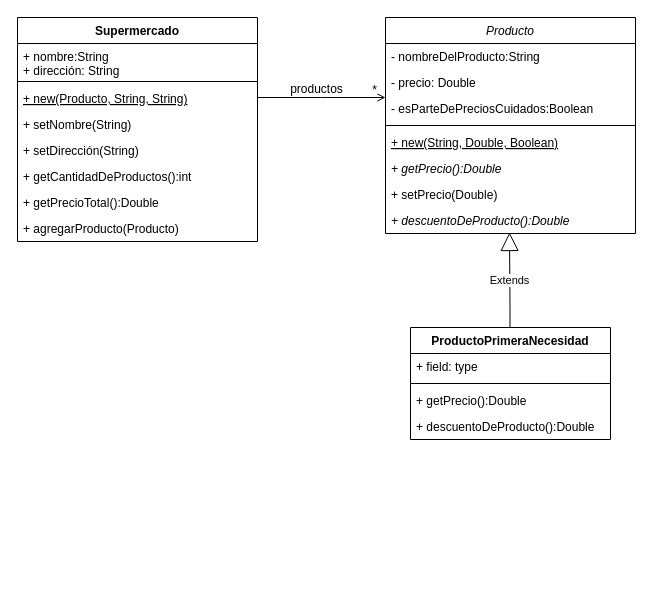
This is Unq-po2-tp4-ejercicio1.drawio from nhubczyk/unqui-po2-hubczyk, a draw.io file, before an edit. Source tidied: cells renumbered, new cells numbered last; positions are measured from the earlier drawing's top-left corner, leaving out a move shared by most shapes. Both pictures are drawn from the tidied source at 100%, with x=0, y=0 at pixel (17, 17).
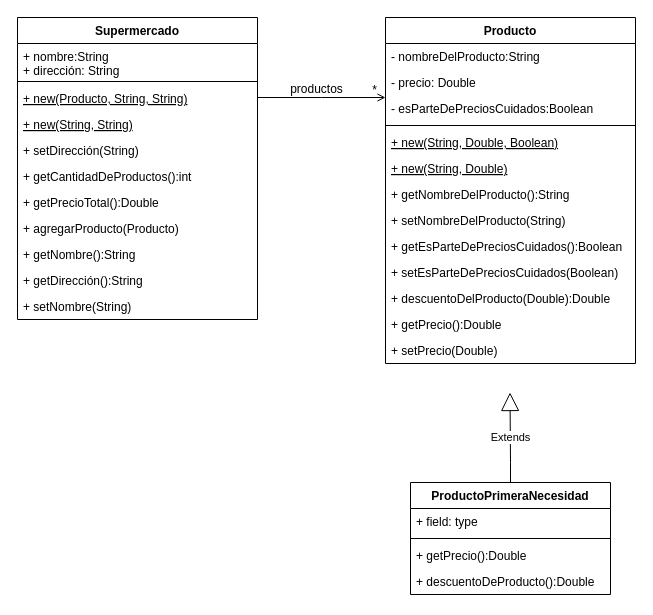
After the change.

Diff of the diagram source:
```diff
@@
-    <mxCell id="2" value="Producto" style="swimlane;fontStyle=2;align=center;verticalAlign=top;horizontal=1;startSize=26;rounded=0;shadow=0;strokeWidth=1;" parent="1" vertex="1">
-      <mxGeometry x="368" width="250" height="216" as="geometry" />
+    <mxCell id="2" value="Producto" style="swimlane;fontStyle=1;align=center;verticalAlign=top;horizontal=1;startSize=26;rounded=0;shadow=0;strokeWidth=1;" parent="1" vertex="1">
+      <mxGeometry x="368" width="250" height="346" as="geometry" />
     </mxCell>
@@
+    <mxCell id="29" value="+ new(String, Double)" style="text;align=left;verticalAlign=top;spacingLeft=4;spacingRight=4;overflow=hidden;fontStyle=4;" parent="2" vertex="1">
+      <mxGeometry y="138" width="250" height="26" as="geometry" />
+    </mxCell>
+    <mxCell id="30" value="+ getNombreDelProducto():String" style="text;align=left;verticalAlign=top;spacingLeft=4;spacingRight=4;overflow=hidden;fontStyle=0;" parent="2" vertex="1">
+      <mxGeometry y="164" width="250" height="26" as="geometry" />
+    </mxCell>
+    <mxCell id="31" value="+ setNombreDelProducto(String)" style="text;align=left;verticalAlign=top;spacingLeft=4;spacingRight=4;overflow=hidden;fontStyle=0;" parent="2" vertex="1">
+      <mxGeometry y="190" width="250" height="26" as="geometry" />
+    </mxCell>
+    <mxCell id="32" value="+ getEsParteDePreciosCuidados():Boolean" style="text;align=left;verticalAlign=top;spacingLeft=4;spacingRight=4;overflow=hidden;fontStyle=0;" parent="2" vertex="1">
+      <mxGeometry y="216" width="250" height="26" as="geometry" />
+    </mxCell>
+    <mxCell id="33" value="+ setEsParteDePreciosCuidados(Boolean)" style="text;align=left;verticalAlign=top;spacingLeft=4;spacingRight=4;overflow=hidden;fontStyle=0;" parent="2" vertex="1">
+      <mxGeometry y="242" width="250" height="26" as="geometry" />
+    </mxCell>
+    <mxCell id="34" value="+ descuentoDelProducto(Double):Double" style="text;align=left;verticalAlign=top;spacingLeft=4;spacingRight=4;overflow=hidden;fontStyle=0;" parent="2" vertex="1">
+      <mxGeometry y="268" width="250" height="26" as="geometry" />
+    </mxCell>
-    <mxCell id="8" value="+ getPrecio():Double" style="text;align=left;verticalAlign=top;spacingLeft=4;spacingRight=4;overflow=hidden;fontStyle=2;" parent="2" vertex="1">
-      <mxGeometry y="138" width="250" height="26" as="geometry" />
+    <mxCell id="8" value="+ getPrecio():Double" style="text;align=left;verticalAlign=top;spacingLeft=4;spacingRight=4;overflow=hidden;fontStyle=0;" parent="2" vertex="1">
+      <mxGeometry y="294" width="250" height="26" as="geometry" />
     </mxCell>
     <mxCell id="9" value="+ setPrecio(Double)" style="text;align=left;verticalAlign=top;spacingLeft=4;spacingRight=4;overflow=hidden;fontStyle=0;" parent="2" vertex="1">
-      <mxGeometry y="164" width="250" height="26" as="geometry" />
+      <mxGeometry y="320" width="250" height="26" as="geometry" />
     </mxCell>
-    <mxCell id="10" value="+ descuentoDeProducto():Double" style="text;align=left;verticalAlign=top;spacingLeft=4;spacingRight=4;overflow=hidden;points=[[0,0.5],[1,0.5]];portConstraint=eastwest;fontStyle=2;" parent="2" vertex="1">
-      <mxGeometry y="190" width="250" height="26" as="geometry" />
-    </mxCell>
@@
     <mxCell id="14" value="Supermercado" style="swimlane;fontStyle=1;align=center;verticalAlign=top;horizontal=1;startSize=26;" parent="1" vertex="1">
-      <mxGeometry width="240" height="224" as="geometry" />
+      <mxGeometry width="240" height="302" as="geometry" />
     </mxCell>
@@
-    <mxCell id="18" value="+ setNombre(String)&#10;" style="text;strokeColor=none;fillColor=none;align=left;verticalAlign=top;spacingLeft=4;spacingRight=4;overflow=hidden;" parent="14" vertex="1">
+    <mxCell id="18" value="+ new(String, String)" style="text;strokeColor=none;fillColor=none;align=left;verticalAlign=top;spacingLeft=4;spacingRight=4;overflow=hidden;fontStyle=4;" parent="14" vertex="1">
       <mxGeometry y="94" width="240" height="26" as="geometry" />
     </mxCell>
@@
+    <mxCell id="35" value="+ getNombre():String&#10;" style="text;strokeColor=none;fillColor=none;align=left;verticalAlign=top;spacingLeft=4;spacingRight=4;overflow=hidden;" parent="14" vertex="1">
+      <mxGeometry y="224" width="240" height="26" as="geometry" />
+    </mxCell>
+    <mxCell id="36" value="+ getDirección():String" style="text;strokeColor=none;fillColor=none;align=left;verticalAlign=top;spacingLeft=4;spacingRight=4;overflow=hidden;" parent="14" vertex="1">
+      <mxGeometry y="250" width="240" height="26" as="geometry" />
+    </mxCell>
+    <mxCell id="37" value="+ setNombre(String)" style="text;strokeColor=none;fillColor=none;align=left;verticalAlign=top;spacingLeft=4;spacingRight=4;overflow=hidden;fontStyle=0;" parent="14" vertex="1">
+      <mxGeometry y="276" width="240" height="26" as="geometry" />
+    </mxCell>
     <mxCell id="23" value="ProductoPrimeraNecesidad" style="swimlane;fontStyle=1;align=center;verticalAlign=top;horizontal=1;startSize=26;" parent="1" vertex="1">
-      <mxGeometry x="393" y="310" width="200" height="112" as="geometry" />
+      <mxGeometry x="393" y="465" width="200" height="112" as="geometry" />
     </mxCell>
@@
-    <mxCell id="28" value="Extends" style="endArrow=block;endSize=16;endFill=0;html=1;rounded=0;entryX=0.496;entryY=0.962;entryDx=0;entryDy=0;entryPerimeter=0;" parent="1" edge="1" target="10">
+    <mxCell id="28" value="Extends" style="endArrow=block;endSize=16;endFill=0;html=1;rounded=0;" parent="1" edge="1">
       <mxGeometry relative="1" as="geometry">
-        <mxPoint x="492.5" y="310" as="sourcePoint" />
+        <mxPoint x="493" y="465" as="sourcePoint" />
+        <mxPoint x="492.5" y="375" as="targetPoint" />
         <Array as="points">
-          <mxPoint x="492.5" y="290" />
+          <mxPoint x="493" y="445" />
         </Array>
       </mxGeometry>
     </mxCell>
```
